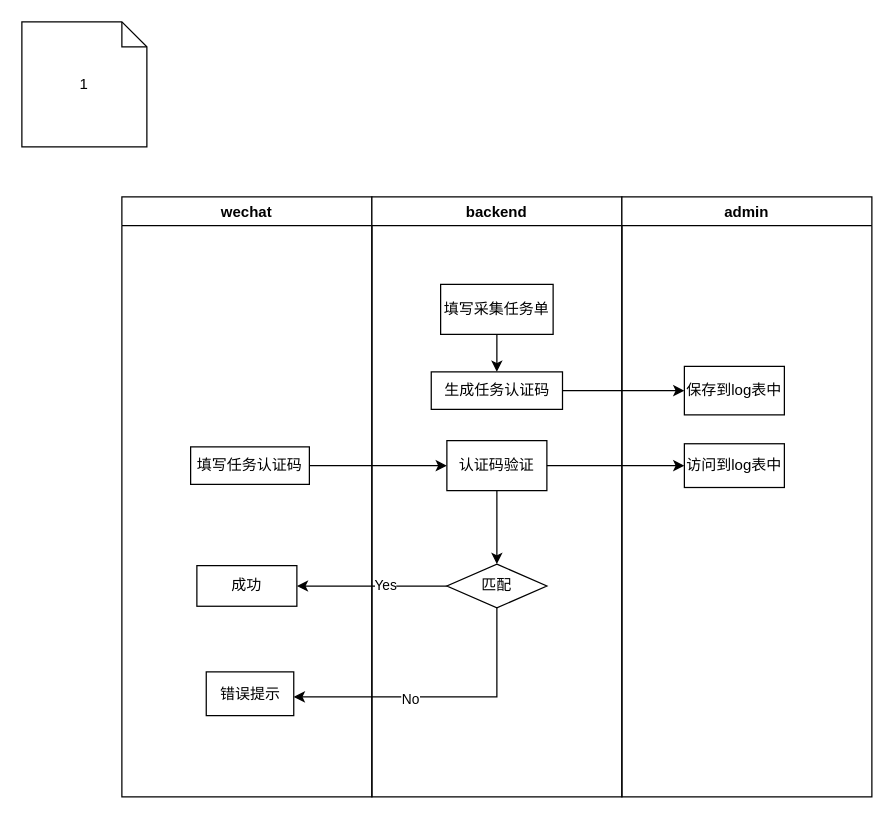
gg2herry/drawio keeps this draw.io diagram as page "Page-6" (2 of 7) of pdd-e-r.drawio. Above is the earlier version. Source tidied: cells renumbered, new cells numbered last; positions are measured from the earlier drawing's top-left corner, leaving out a move shared by most shapes. Both pictures are drawn from the tidied source at 125%, with x=0, y=0 at pixel (21, 21).
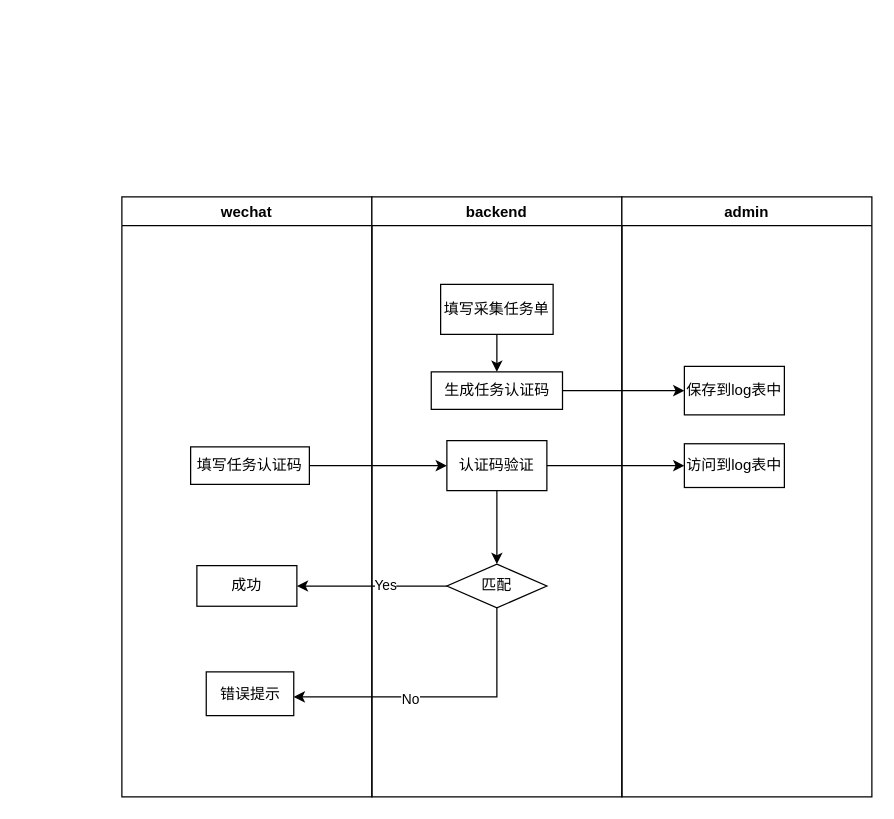
The same diagram, later.

The edit, as a diff of the source:
```diff
@@
-    <mxCell id="23" value="1" style="shape=note;size=20;whiteSpace=wrap;html=1;" parent="1" vertex="1">
-      <mxGeometry width="100" height="100" as="geometry" />
-    </mxCell>
```
